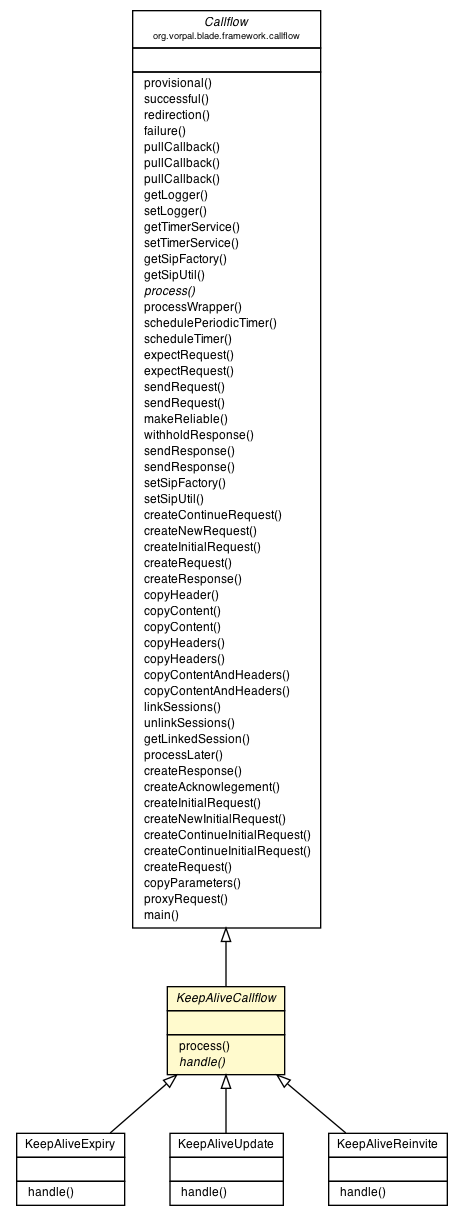
Before: blade/vorpal-blade-keep-alive/org/vorpal/blade/services/keepalive/KeepAliveCallflow.png, a diagram exported from Graphviz (vorpalnet/vorpalnet.github.io). Its source is kept beside it as blade/vorpal-blade-keep-alive/org/vorpal/blade/services/keepalive/KeepAliveCallflow.dot.
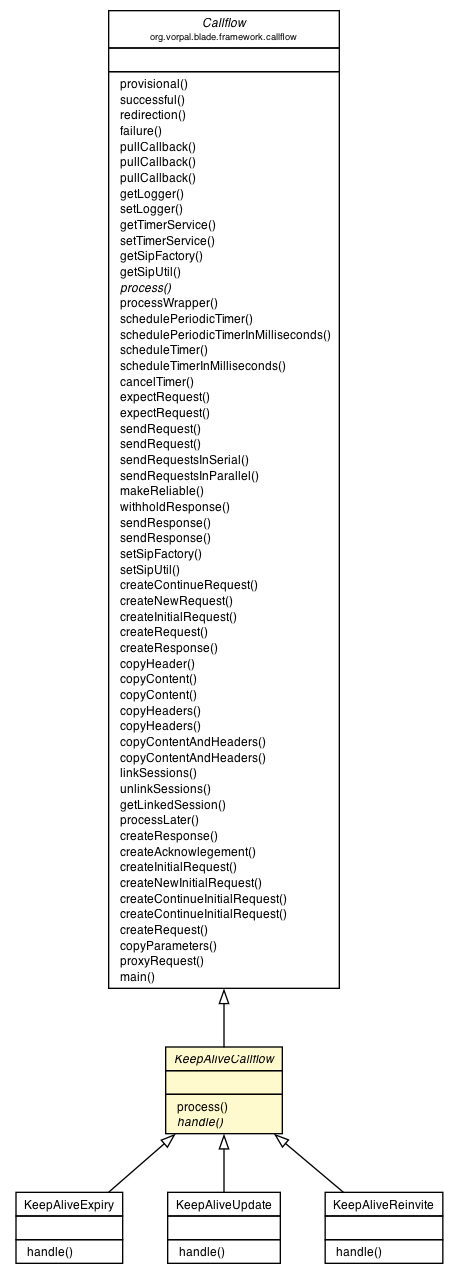
After the commit.

What changed in the source:
```diff
@@ -49,11 +49,11 @@
 <tr><td align="left" balign="left">  handle() </td></tr>
 		</table></td></tr>
 		</table>>, fontname="Helvetica", fontcolor="black", fontsize=9.0];
-	c39:p -> c11:p [dir=back,arrowtail=empty];
+	c40:p -> c11:p [dir=back,arrowtail=empty];
 	c11:p -> c23:p [dir=back,arrowtail=empty];
 	c11:p -> c25:p [dir=back,arrowtail=empty];
 	c11:p -> c27:p [dir=back,arrowtail=empty];
-	c39 [label=<<table title="org.vorpal.blade.framework.callflow.Callflow" border="0" cellborder="1" cellspacing="0" cellpadding="2" port="p" href="http://java.sun.com/j2se/1.4.2/docs/api/org/vorpal/blade/framework/callflow/Callflow.html">
+	c40 [label=<<table title="org.vorpal.blade.framework.callflow.Callflow" border="0" cellborder="1" cellspacing="0" cellpadding="2" port="p" href="http://java.sun.com/j2se/1.4.2/docs/api/org/vorpal/blade/framework/callflow/Callflow.html">
 		<tr><td><table border="0" cellspacing="0" cellpadding="1">
 <tr><td align="center" balign="center"><font face="Helvetica-Oblique"> Callflow </font></td></tr>
 <tr><td align="center" balign="center"><font point-size="7.0"> org.vorpal.blade.framework.callflow </font></td></tr>
@@ -78,11 +78,16 @@
 <tr><td align="left" balign="left"><font face="Helvetica-Oblique" point-size="9.0">  process() </font></td></tr>
 <tr><td align="left" balign="left">  processWrapper() </td></tr>
 <tr><td align="left" balign="left">  schedulePeriodicTimer() </td></tr>
+<tr><td align="left" balign="left">  schedulePeriodicTimerInMilliseconds() </td></tr>
 <tr><td align="left" balign="left">  scheduleTimer() </td></tr>
+<tr><td align="left" balign="left">  scheduleTimerInMilliseconds() </td></tr>
+<tr><td align="left" balign="left">  cancelTimer() </td></tr>
 <tr><td align="left" balign="left">  expectRequest() </td></tr>
 <tr><td align="left" balign="left">  expectRequest() </td></tr>
 <tr><td align="left" balign="left">  sendRequest() </td></tr>
 <tr><td align="left" balign="left">  sendRequest() </td></tr>
+<tr><td align="left" balign="left">  sendRequestsInSerial() </td></tr>
+<tr><td align="left" balign="left">  sendRequestsInParallel() </td></tr>
 <tr><td align="left" balign="left">  makeReliable() </td></tr>
 <tr><td align="left" balign="left">  withholdResponse() </td></tr>
 <tr><td align="left" balign="left">  sendResponse() </td></tr>
```
